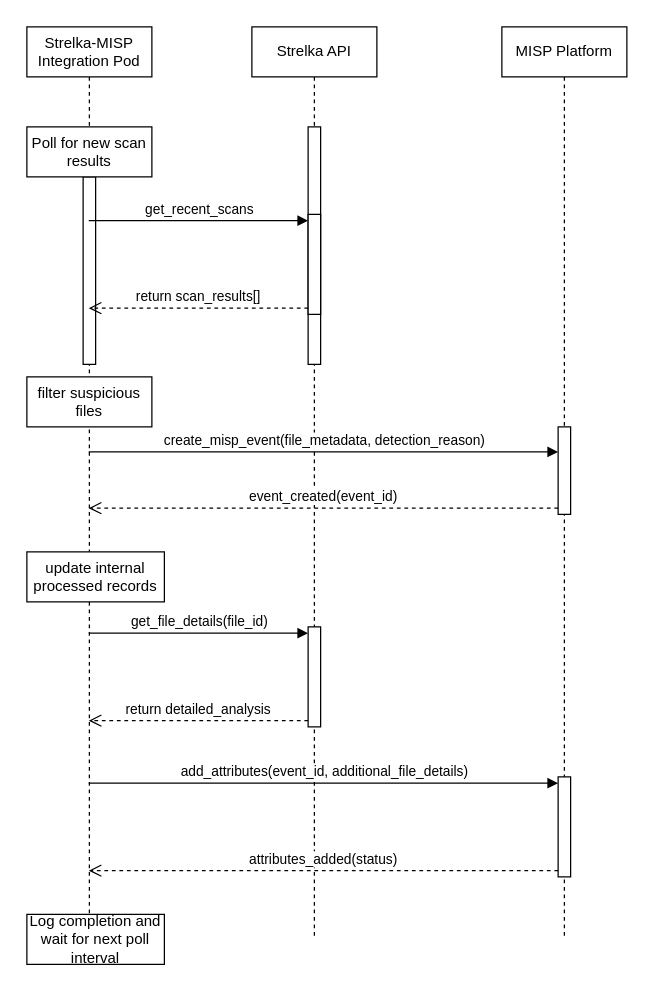
Above: strelka-misp-integration Diagram.drawio in EskilAl/Obsidian (draw.io), before the change. Source tidied: cells renumbered, new cells numbered last; positions are measured from the earlier drawing's top-left corner, leaving out a move shared by most shapes. Both pictures are drawn from the tidied source at 125%, with x=0, y=0 at pixel (26, 26).
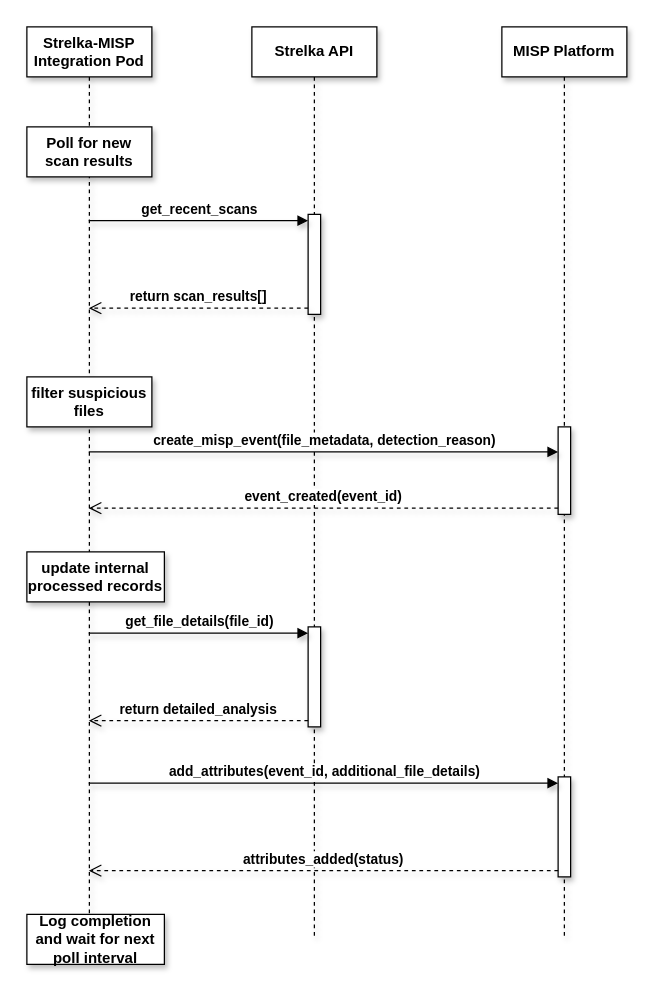
The same diagram, later.

What changed in the source:
```diff
@@
-    <mxCell id="2" value="Strelka-MISP Integration Pod" style="shape=umlLifeline;perimeter=lifelinePerimeter;whiteSpace=wrap;html=1;outlineConnect=0;portConstraint=eastwest;newEdgeStyle={&quot;edgeStyle&quot;:&quot;elbowEdgeStyle&quot;,&quot;elbow&quot;:&quot;vertical&quot;,&quot;curved&quot;:0,&quot;rounded&quot;:0};" parent="1" vertex="1">
+    <mxCell id="2" value="Strelka-MISP Integration Pod" style="shape=umlLifeline;perimeter=lifelinePerimeter;whiteSpace=wrap;html=1;outlineConnect=0;portConstraint=eastwest;newEdgeStyle={&quot;edgeStyle&quot;:&quot;elbowEdgeStyle&quot;,&quot;elbow&quot;:&quot;vertical&quot;,&quot;curved&quot;:0,&quot;rounded&quot;:0};fontStyle=1;shadow=1;" parent="1" vertex="1">
       <mxGeometry width="100" height="730" as="geometry" />
     </mxCell>
-    <mxCell id="3" style="html=1;perimeter=orthogonalPerimeter;targetShapes=umlLifeline;newEdgeStyle={&quot;edgeStyle&quot;:&quot;elbowEdgeStyle&quot;,&quot;elbow&quot;:&quot;vertical&quot;,&quot;curved&quot;:0,&quot;rounded&quot;:0};" parent="2" vertex="1">
-      <mxGeometry x="45" y="120" width="10" height="150" as="geometry" />
-    </mxCell>
-    <mxCell id="4" value="Strelka API" style="shape=umlLifeline;perimeter=lifelinePerimeter;whiteSpace=wrap;html=1;newEdgeStyle={&quot;edgeStyle&quot;:&quot;elbowEdgeStyle&quot;,&quot;elbow&quot;:&quot;vertical&quot;,&quot;curved&quot;:0,&quot;rounded&quot;:0};" parent="1" vertex="1">
+    <mxCell id="4" value="Strelka API" style="shape=umlLifeline;perimeter=lifelinePerimeter;whiteSpace=wrap;html=1;newEdgeStyle={&quot;edgeStyle&quot;:&quot;elbowEdgeStyle&quot;,&quot;elbow&quot;:&quot;vertical&quot;,&quot;curved&quot;:0,&quot;rounded&quot;:0};fontStyle=1;shadow=1;" parent="1" vertex="1">
       <mxGeometry x="180" width="100" height="730" as="geometry" />
     </mxCell>
-    <mxCell id="5" style="html=1;perimeter=orthogonalPerimeter;targetShapes=umlLifeline;newEdgeStyle={&quot;edgeStyle&quot;:&quot;elbowEdgeStyle&quot;,&quot;elbow&quot;:&quot;vertical&quot;,&quot;curved&quot;:0,&quot;rounded&quot;:0};" parent="4" vertex="1">
-      <mxGeometry x="45" y="80" width="10" height="190" as="geometry" />
-    </mxCell>
-    <mxCell id="6" style="html=1;points=[[0,0,0,0,5],[0,1,0,0,-5],[1,0,0,0,5],[1,1,0,0,-5]];perimeter=orthogonalPerimeter;outlineConnect=0;targetShapes=umlLifeline;portConstraint=eastwest;newEdgeStyle={&quot;curved&quot;:0,&quot;rounded&quot;:0};" parent="4" vertex="1">
+    <mxCell id="6" style="html=1;points=[[0,0,0,0,5],[0,1,0,0,-5],[1,0,0,0,5],[1,1,0,0,-5]];perimeter=orthogonalPerimeter;outlineConnect=0;targetShapes=umlLifeline;portConstraint=eastwest;newEdgeStyle={&quot;curved&quot;:0,&quot;rounded&quot;:0};fontStyle=1;shadow=1;" parent="4" vertex="1">
       <mxGeometry x="45" y="480" width="10" height="80" as="geometry" />
     </mxCell>
-    <mxCell id="7" style="html=1;points=[[0,0,0,0,5],[0,1,0,0,-5],[1,0,0,0,5],[1,1,0,0,-5]];perimeter=orthogonalPerimeter;outlineConnect=0;targetShapes=umlLifeline;portConstraint=eastwest;newEdgeStyle={&quot;curved&quot;:0,&quot;rounded&quot;:0};" parent="4" vertex="1">
+    <mxCell id="7" style="html=1;points=[[0,0,0,0,5],[0,1,0,0,-5],[1,0,0,0,5],[1,1,0,0,-5]];perimeter=orthogonalPerimeter;outlineConnect=0;targetShapes=umlLifeline;portConstraint=eastwest;newEdgeStyle={&quot;curved&quot;:0,&quot;rounded&quot;:0};fontStyle=1;shadow=1;" parent="4" vertex="1">
       <mxGeometry x="45" y="150" width="10" height="80" as="geometry" />
     </mxCell>
-    <mxCell id="8" value="MISP Platform" style="shape=umlLifeline;perimeter=lifelinePerimeter;whiteSpace=wrap;html=1;newEdgeStyle={&quot;edgeStyle&quot;:&quot;elbowEdgeStyle&quot;,&quot;elbow&quot;:&quot;vertical&quot;,&quot;curved&quot;:0,&quot;rounded&quot;:0};" parent="1" vertex="1">
+    <mxCell id="8" value="MISP Platform" style="shape=umlLifeline;perimeter=lifelinePerimeter;whiteSpace=wrap;html=1;newEdgeStyle={&quot;edgeStyle&quot;:&quot;elbowEdgeStyle&quot;,&quot;elbow&quot;:&quot;vertical&quot;,&quot;curved&quot;:0,&quot;rounded&quot;:0};fontStyle=1;shadow=1;" parent="1" vertex="1">
       <mxGeometry x="380" width="100" height="730" as="geometry" />
     </mxCell>
-    <mxCell id="9" style="html=1;points=[[0,0,0,0,5],[0,1,0,0,-5],[1,0,0,0,5],[1,1,0,0,-5]];perimeter=orthogonalPerimeter;outlineConnect=0;targetShapes=umlLifeline;portConstraint=eastwest;newEdgeStyle={&quot;curved&quot;:0,&quot;rounded&quot;:0};" parent="8" vertex="1">
+    <mxCell id="9" style="html=1;points=[[0,0,0,0,5],[0,1,0,0,-5],[1,0,0,0,5],[1,1,0,0,-5]];perimeter=orthogonalPerimeter;outlineConnect=0;targetShapes=umlLifeline;portConstraint=eastwest;newEdgeStyle={&quot;curved&quot;:0,&quot;rounded&quot;:0};fontStyle=1;shadow=1;" parent="8" vertex="1">
       <mxGeometry x="45" y="320" width="10" height="70" as="geometry" />
     </mxCell>
-    <mxCell id="10" style="html=1;points=[[0,0,0,0,5],[0,1,0,0,-5],[1,0,0,0,5],[1,1,0,0,-5]];perimeter=orthogonalPerimeter;outlineConnect=0;targetShapes=umlLifeline;portConstraint=eastwest;newEdgeStyle={&quot;curved&quot;:0,&quot;rounded&quot;:0};" parent="8" vertex="1">
+    <mxCell id="10" style="html=1;points=[[0,0,0,0,5],[0,1,0,0,-5],[1,0,0,0,5],[1,1,0,0,-5]];perimeter=orthogonalPerimeter;outlineConnect=0;targetShapes=umlLifeline;portConstraint=eastwest;newEdgeStyle={&quot;curved&quot;:0,&quot;rounded&quot;:0};fontStyle=1;shadow=1;" parent="8" vertex="1">
       <mxGeometry x="45" y="600" width="10" height="80" as="geometry" />
     </mxCell>
-    <mxCell id="11" value="Poll for new scan results" style="rounded=0;whiteSpace=wrap;html=1;" parent="1" vertex="1">
+    <mxCell id="11" value="Poll for new scan results" style="rounded=0;whiteSpace=wrap;html=1;fontStyle=1;shadow=1;" parent="1" vertex="1">
       <mxGeometry y="80" width="100" height="40" as="geometry" />
     </mxCell>
-    <mxCell id="12" value="&lt;div&gt;update internal&lt;/div&gt;&lt;div&gt;processed records&lt;/div&gt;" style="rounded=0;whiteSpace=wrap;html=1;" parent="1" vertex="1">
+    <mxCell id="12" value="&lt;div&gt;update internal&lt;/div&gt;&lt;div&gt;processed records&lt;/div&gt;" style="rounded=0;whiteSpace=wrap;html=1;fontStyle=1;shadow=1;" parent="1" vertex="1">
       <mxGeometry y="420" width="110" height="40" as="geometry" />
     </mxCell>
-    <mxCell id="13" value="create_misp_event(file_metadata, detection_reason)" style="html=1;verticalAlign=bottom;endArrow=block;curved=0;rounded=0;entryX=0;entryY=0;entryDx=0;entryDy=5;" parent="1" edge="1">
+    <mxCell id="13" value="create_misp_event(file_metadata, detection_reason)" style="html=1;verticalAlign=bottom;endArrow=block;curved=0;rounded=0;entryX=0;entryY=0;entryDx=0;entryDy=5;fontStyle=1;shadow=1;" parent="1" edge="1">
       <mxGeometry relative="1" as="geometry">
         <mxPoint x="49.5" y="340" as="sourcePoint" />
         <mxPoint x="425" y="340" as="targetPoint" />
       </mxGeometry>
     </mxCell>
-    <mxCell id="14" value="&lt;div&gt;event_created(event_id)&lt;/div&gt;" style="html=1;verticalAlign=bottom;endArrow=open;dashed=1;endSize=8;curved=0;rounded=0;exitX=0;exitY=1;exitDx=0;exitDy=-5;" parent="1" edge="1" source="9" target="2">
+    <mxCell id="14" value="&lt;div&gt;event_created(event_id)&lt;/div&gt;" style="html=1;verticalAlign=bottom;endArrow=open;dashed=1;endSize=8;curved=0;rounded=0;exitX=0;exitY=1;exitDx=0;exitDy=-5;fontStyle=1;shadow=1;" parent="1" edge="1" source="9" target="2">
       <mxGeometry relative="1" as="geometry" />
     </mxCell>
-    <mxCell id="15" value="filter suspicious files" style="rounded=0;whiteSpace=wrap;html=1;" parent="1" vertex="1">
+    <mxCell id="15" value="filter suspicious files" style="rounded=0;whiteSpace=wrap;html=1;fontStyle=1;shadow=1;" parent="1" vertex="1">
       <mxGeometry y="280" width="100" height="40" as="geometry" />
     </mxCell>
-    <mxCell id="16" value="get_file_details(file_id)" style="html=1;verticalAlign=bottom;endArrow=block;curved=0;rounded=0;entryX=0;entryY=0;entryDx=0;entryDy=5;" parent="1" edge="1" source="2" target="6">
+    <mxCell id="16" value="get_file_details(file_id)" style="html=1;verticalAlign=bottom;endArrow=block;curved=0;rounded=0;entryX=0;entryY=0;entryDx=0;entryDy=5;fontStyle=1;shadow=1;" parent="1" edge="1" source="2" target="6">
       <mxGeometry relative="1" as="geometry" />
     </mxCell>
-    <mxCell id="17" value="return detailed_analysis" style="html=1;verticalAlign=bottom;endArrow=open;dashed=1;endSize=8;curved=0;rounded=0;exitX=0;exitY=1;exitDx=0;exitDy=-5;" parent="1" edge="1" source="6" target="2">
+    <mxCell id="17" value="return detailed_analysis" style="html=1;verticalAlign=bottom;endArrow=open;dashed=1;endSize=8;curved=0;rounded=0;exitX=0;exitY=1;exitDx=0;exitDy=-5;fontStyle=1;shadow=1;" parent="1" edge="1" source="6" target="2">
       <mxGeometry relative="1" as="geometry" />
     </mxCell>
-    <mxCell id="18" value="add_attributes(event_id, additional_file_details)" style="html=1;verticalAlign=bottom;endArrow=block;curved=0;rounded=0;entryX=0;entryY=0;entryDx=0;entryDy=5;" parent="1" edge="1" source="2" target="10">
+    <mxCell id="18" value="add_attributes(event_id, additional_file_details)" style="html=1;verticalAlign=bottom;endArrow=block;curved=0;rounded=0;entryX=0;entryY=0;entryDx=0;entryDy=5;fontStyle=1;shadow=1;" parent="1" edge="1" source="2" target="10">
       <mxGeometry relative="1" as="geometry" />
     </mxCell>
-    <mxCell id="19" value="attributes_added(status)" style="html=1;verticalAlign=bottom;endArrow=open;dashed=1;endSize=8;curved=0;rounded=0;exitX=0;exitY=1;exitDx=0;exitDy=-5;" parent="1" edge="1" source="10" target="2">
+    <mxCell id="19" value="attributes_added(status)" style="html=1;verticalAlign=bottom;endArrow=open;dashed=1;endSize=8;curved=0;rounded=0;exitX=0;exitY=1;exitDx=0;exitDy=-5;fontStyle=1;shadow=1;" parent="1" edge="1" source="10" target="2">
       <mxGeometry relative="1" as="geometry" />
     </mxCell>
-    <mxCell id="20" value="get_recent_scans" style="html=1;verticalAlign=bottom;endArrow=block;curved=0;rounded=0;entryX=0;entryY=0;entryDx=0;entryDy=5;" parent="1" edge="1" source="2" target="7">
+    <mxCell id="20" value="get_recent_scans" style="html=1;verticalAlign=bottom;endArrow=block;curved=0;rounded=0;entryX=0;entryY=0;entryDx=0;entryDy=5;fontStyle=1;shadow=1;" parent="1" edge="1" source="2" target="7">
       <mxGeometry relative="1" as="geometry" />
     </mxCell>
-    <mxCell id="21" value="return scan_results[]" style="html=1;verticalAlign=bottom;endArrow=open;dashed=1;endSize=8;curved=0;rounded=0;exitX=0;exitY=1;exitDx=0;exitDy=-5;" parent="1" edge="1" source="7" target="2">
+    <mxCell id="21" value="return scan_results[]" style="html=1;verticalAlign=bottom;endArrow=open;dashed=1;endSize=8;curved=0;rounded=0;exitX=0;exitY=1;exitDx=0;exitDy=-5;fontStyle=1;shadow=1;" parent="1" edge="1" source="7" target="2">
       <mxGeometry relative="1" as="geometry" />
     </mxCell>
-    <mxCell id="22" value="&lt;div&gt;Log completion and wait for next poll interval&lt;/div&gt;" style="rounded=0;whiteSpace=wrap;html=1;" parent="1" vertex="1">
+    <mxCell id="22" value="&lt;div&gt;Log completion and wait for next poll interval&lt;/div&gt;" style="rounded=0;whiteSpace=wrap;html=1;fontStyle=1;shadow=1;" parent="1" vertex="1">
       <mxGeometry y="710" width="110" height="40" as="geometry" />
     </mxCell>
```
